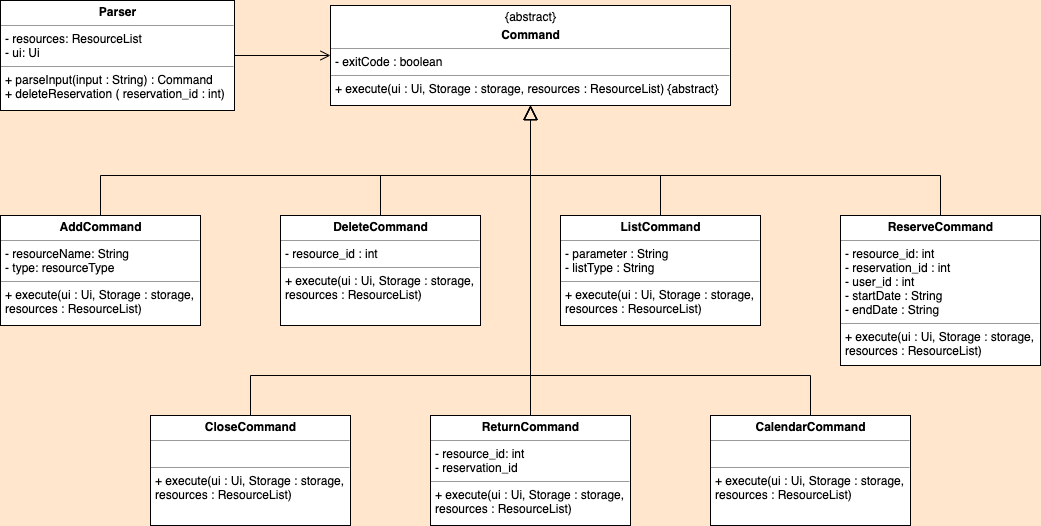
Before: docs/images/DeveloperGuide/LogicClassDiagram.png, a diagram exported from draw.io (nusCS2113-AY1920S1/PersonalAssistant-Duke). Source tidied: cells renumbered, new cells last; positions are measured from the earlier drawing's top-left corner, leaving out a move shared by most shapes. The source it was exported from:
```xml
<mxGraphModel background="#FFE6CC">
  <root>
    <mxCell id="0" />
    <mxCell id="1" parent="0" />
    <mxCell id="2" value="&lt;p style=&quot;margin: 0px ; margin-top: 4px ; text-align: center&quot;&gt;{abstract}&lt;/p&gt;&lt;p style=&quot;margin: 0px ; margin-top: 4px ; text-align: center&quot;&gt;&lt;b&gt;Command&lt;/b&gt;&lt;/p&gt;&lt;hr size=&quot;1&quot;&gt;&lt;p style=&quot;margin: 0px ; margin-left: 4px&quot;&gt;- exitCode : boolean&lt;/p&gt;&lt;hr size=&quot;1&quot;&gt;&lt;p style=&quot;margin: 0px ; margin-left: 4px&quot;&gt;+ execute(ui : Ui, Storage : storage, resources : ResourceList) {abstract}&lt;br&gt;&lt;/p&gt;" style="verticalAlign=top;align=left;overflow=fill;fontSize=12;fontFamily=Helvetica;html=1;rounded=0;shadow=0;comic=0;labelBackgroundColor=none;strokeColor=#000000;strokeWidth=1;fillColor=#ffffff;" parent="1" vertex="1">
      <mxGeometry x="330" y="5" width="400" height="100" as="geometry" />
    </mxCell>
    <mxCell id="3" style="edgeStyle=orthogonalEdgeStyle;rounded=0;jettySize=auto;html=1;exitX=1;exitY=0.5;exitDx=0;exitDy=0;entryX=0;entryY=0.5;entryDx=0;entryDy=0;endArrow=open;endFill=0;endSize=8;" parent="1" edge="1" source="4" target="2">
      <mxGeometry relative="1" as="geometry" />
    </mxCell>
    <mxCell id="4" value="&lt;p style=&quot;margin: 0px ; margin-top: 4px ; text-align: center&quot;&gt;&lt;b&gt;Parser&lt;/b&gt;&lt;/p&gt;&lt;hr size=&quot;1&quot;&gt;&lt;p style=&quot;margin: 0px ; margin-left: 4px&quot;&gt;- resources: ResourceList&lt;br&gt;&lt;/p&gt;&lt;p style=&quot;margin: 0px ; margin-left: 4px&quot;&gt;- ui: Ui&lt;/p&gt;&lt;hr size=&quot;1&quot;&gt;&lt;p style=&quot;margin: 0px ; margin-left: 4px&quot;&gt;+ parseInput(input : String) : Command&lt;br&gt;+ deleteReservation ( reservation_id : int)&lt;/p&gt;" style="verticalAlign=top;align=left;overflow=fill;fontSize=12;fontFamily=Helvetica;html=1;rounded=0;shadow=0;comic=0;labelBackgroundColor=none;strokeColor=#000000;strokeWidth=1;fillColor=#ffffff;" parent="1" vertex="1">
      <mxGeometry width="234" height="110" as="geometry" />
    </mxCell>
    <mxCell id="5" style="edgeStyle=orthogonalEdgeStyle;rounded=0;jettySize=auto;html=1;exitX=0.5;exitY=0;exitDx=0;exitDy=0;endArrow=block;endFill=0;endSize=12;entryX=0.5;entryY=1;entryDx=0;entryDy=0;" parent="1" edge="1" source="6" target="2">
      <mxGeometry relative="1" as="geometry">
        <Array as="points">
          <mxPoint x="100" y="175" />
          <mxPoint x="530" y="175" />
        </Array>
      </mxGeometry>
    </mxCell>
    <mxCell id="6" value="&lt;p style=&quot;margin: 0px ; margin-top: 4px ; text-align: center&quot;&gt;&lt;b&gt;AddCommand&lt;/b&gt;&lt;/p&gt;&lt;hr size=&quot;1&quot;&gt;&lt;p style=&quot;margin: 0px ; margin-left: 4px&quot;&gt;- resourceName: String&lt;br&gt;&lt;/p&gt;&lt;p style=&quot;margin: 0px ; margin-left: 4px&quot;&gt;- type: resourceType&lt;/p&gt;&lt;hr size=&quot;1&quot;&gt;&lt;p style=&quot;margin: 0px ; margin-left: 4px&quot;&gt;+ execute(ui : Ui, Storage : storage,&amp;nbsp;&lt;/p&gt;&lt;p style=&quot;margin: 0px ; margin-left: 4px&quot;&gt;resources : ResourceList)&lt;br&gt;&lt;/p&gt;" style="verticalAlign=top;align=left;overflow=fill;fontSize=12;fontFamily=Helvetica;html=1;rounded=0;shadow=0;comic=0;labelBackgroundColor=none;strokeColor=#000000;strokeWidth=1;fillColor=#ffffff;" parent="1" vertex="1">
      <mxGeometry y="215" width="200" height="110" as="geometry" />
    </mxCell>
    <mxCell id="7" style="edgeStyle=orthogonalEdgeStyle;rounded=0;jettySize=auto;html=1;exitX=0.5;exitY=0;exitDx=0;exitDy=0;entryX=0.5;entryY=1;entryDx=0;entryDy=0;endArrow=block;endFill=0;endSize=12;" parent="1" edge="1" source="8" target="2">
      <mxGeometry relative="1" as="geometry">
        <Array as="points">
          <mxPoint x="380" y="175" />
          <mxPoint x="530" y="175" />
        </Array>
      </mxGeometry>
    </mxCell>
    <mxCell id="8" value="&lt;p style=&quot;margin: 0px ; margin-top: 4px ; text-align: center&quot;&gt;&lt;b&gt;DeleteCommand&lt;/b&gt;&lt;/p&gt;&lt;hr size=&quot;1&quot;&gt;&lt;p style=&quot;margin: 0px ; margin-left: 4px&quot;&gt;- resource_id : int&lt;br&gt;&lt;/p&gt;&lt;hr size=&quot;1&quot;&gt;&lt;p style=&quot;margin: 0px ; margin-left: 4px&quot;&gt;+ execute(ui : Ui, Storage : storage,&amp;nbsp;&lt;/p&gt;&lt;p style=&quot;margin: 0px ; margin-left: 4px&quot;&gt;resources : ResourceList)&lt;br&gt;&lt;/p&gt;" style="verticalAlign=top;align=left;overflow=fill;fontSize=12;fontFamily=Helvetica;html=1;rounded=0;shadow=0;comic=0;labelBackgroundColor=none;strokeColor=#000000;strokeWidth=1;fillColor=#ffffff;" parent="1" vertex="1">
      <mxGeometry x="280" y="215" width="200" height="110" as="geometry" />
    </mxCell>
    <mxCell id="9" style="edgeStyle=orthogonalEdgeStyle;rounded=0;jettySize=auto;html=1;exitX=0.5;exitY=0;exitDx=0;exitDy=0;entryX=0.5;entryY=1;entryDx=0;entryDy=0;endArrow=block;endFill=0;endSize=12;" parent="1" edge="1" source="10" target="2">
      <mxGeometry relative="1" as="geometry">
        <Array as="points">
          <mxPoint x="660" y="175" />
          <mxPoint x="530" y="175" />
        </Array>
      </mxGeometry>
    </mxCell>
    <mxCell id="10" value="&lt;p style=&quot;margin: 0px ; margin-top: 4px ; text-align: center&quot;&gt;&lt;b&gt;ListCommand&lt;/b&gt;&lt;/p&gt;&lt;hr size=&quot;1&quot;&gt;&lt;p style=&quot;margin: 0px ; margin-left: 4px&quot;&gt;- parameter : String&lt;/p&gt;&lt;p style=&quot;margin: 0px ; margin-left: 4px&quot;&gt;- listType : String&lt;/p&gt;&lt;hr size=&quot;1&quot;&gt;&lt;p style=&quot;margin: 0px ; margin-left: 4px&quot;&gt;+ execute(ui : Ui, Storage : storage,&amp;nbsp;&lt;/p&gt;&lt;p style=&quot;margin: 0px ; margin-left: 4px&quot;&gt;resources : ResourceList)&lt;br&gt;&lt;/p&gt;" style="verticalAlign=top;align=left;overflow=fill;fontSize=12;fontFamily=Helvetica;html=1;rounded=0;shadow=0;comic=0;labelBackgroundColor=none;strokeColor=#000000;strokeWidth=1;fillColor=#ffffff;" parent="1" vertex="1">
      <mxGeometry x="560" y="215" width="200" height="110" as="geometry" />
    </mxCell>
    <mxCell id="11" style="edgeStyle=orthogonalEdgeStyle;rounded=0;jettySize=auto;html=1;exitX=0.5;exitY=0;exitDx=0;exitDy=0;entryX=0.5;entryY=1;entryDx=0;entryDy=0;endArrow=block;endFill=0;endSize=12;" parent="1" edge="1" source="12" target="2">
      <mxGeometry relative="1" as="geometry">
        <Array as="points">
          <mxPoint x="940" y="175" />
          <mxPoint x="530" y="175" />
        </Array>
      </mxGeometry>
    </mxCell>
    <mxCell id="12" value="&lt;p style=&quot;margin: 0px ; margin-top: 4px ; text-align: center&quot;&gt;&lt;b&gt;ReserveCommand&lt;/b&gt;&lt;/p&gt;&lt;hr size=&quot;1&quot;&gt;&lt;p style=&quot;margin: 0px ; margin-left: 4px&quot;&gt;- resource_id: int&lt;/p&gt;&lt;p style=&quot;margin: 0px ; margin-left: 4px&quot;&gt;- reservation_id : int&lt;/p&gt;&lt;p style=&quot;margin: 0px ; margin-left: 4px&quot;&gt;- user_id : int&lt;/p&gt;&lt;p style=&quot;margin: 0px ; margin-left: 4px&quot;&gt;- startDate : String&lt;/p&gt;&lt;p style=&quot;margin: 0px ; margin-left: 4px&quot;&gt;- endDate : String&lt;/p&gt;&lt;hr size=&quot;1&quot;&gt;&lt;p style=&quot;margin: 0px ; margin-left: 4px&quot;&gt;+ execute(ui : Ui, Storage : storage,&amp;nbsp;&lt;/p&gt;&lt;p style=&quot;margin: 0px ; margin-left: 4px&quot;&gt;resources : ResourceList)&lt;br&gt;&lt;/p&gt;" style="verticalAlign=top;align=left;overflow=fill;fontSize=12;fontFamily=Helvetica;html=1;rounded=0;shadow=0;comic=0;labelBackgroundColor=none;strokeColor=#000000;strokeWidth=1;fillColor=#ffffff;" parent="1" vertex="1">
      <mxGeometry x="840" y="215" width="200" height="150" as="geometry" />
    </mxCell>
    <mxCell id="13" value="&lt;p style=&quot;margin: 0px ; margin-top: 4px ; text-align: center&quot;&gt;&lt;b&gt;ReturnCommand&lt;/b&gt;&lt;/p&gt;&lt;hr size=&quot;1&quot;&gt;&lt;p style=&quot;margin: 0px ; margin-left: 4px&quot;&gt;- resource_id: int&lt;/p&gt;&lt;p style=&quot;margin: 0px ; margin-left: 4px&quot;&gt;- reservation_id&lt;/p&gt;&lt;hr size=&quot;1&quot;&gt;&lt;p style=&quot;margin: 0px ; margin-left: 4px&quot;&gt;+ execute(ui : Ui, Storage : storage,&amp;nbsp;&lt;/p&gt;&lt;p style=&quot;margin: 0px ; margin-left: 4px&quot;&gt;resources : ResourceList)&lt;br&gt;&lt;/p&gt;" style="verticalAlign=top;align=left;overflow=fill;fontSize=12;fontFamily=Helvetica;html=1;rounded=0;shadow=0;comic=0;labelBackgroundColor=none;strokeColor=#000000;strokeWidth=1;fillColor=#ffffff;" parent="1" vertex="1">
      <mxGeometry x="430" y="415" width="200" height="110" as="geometry" />
    </mxCell>
    <mxCell id="14" style="edgeStyle=orthogonalEdgeStyle;rounded=0;jettySize=auto;html=1;exitX=0.5;exitY=0;exitDx=0;exitDy=0;entryX=0.5;entryY=1;entryDx=0;entryDy=0;endArrow=block;endFill=0;endSize=12;" parent="1" edge="1" source="15" target="2">
      <mxGeometry relative="1" as="geometry">
        <Array as="points">
          <mxPoint x="250" y="375" />
          <mxPoint x="530" y="375" />
        </Array>
      </mxGeometry>
    </mxCell>
    <mxCell id="15" value="&lt;p style=&quot;margin: 0px ; margin-top: 4px ; text-align: center&quot;&gt;&lt;b&gt;CloseCommand&lt;/b&gt;&lt;/p&gt;&lt;hr size=&quot;1&quot;&gt;&lt;p style=&quot;margin: 0px ; margin-left: 4px&quot;&gt;&lt;br&gt;&lt;/p&gt;&lt;hr size=&quot;1&quot;&gt;&lt;p style=&quot;margin: 0px ; margin-left: 4px&quot;&gt;+ execute(ui : Ui, Storage : storage,&amp;nbsp;&lt;/p&gt;&lt;p style=&quot;margin: 0px ; margin-left: 4px&quot;&gt;resources : ResourceList)&lt;br&gt;&lt;/p&gt;" style="verticalAlign=top;align=left;overflow=fill;fontSize=12;fontFamily=Helvetica;html=1;rounded=0;shadow=0;comic=0;labelBackgroundColor=none;strokeColor=#000000;strokeWidth=1;fillColor=#ffffff;" parent="1" vertex="1">
      <mxGeometry x="150" y="415" width="200" height="110" as="geometry" />
    </mxCell>
    <mxCell id="16" style="edgeStyle=orthogonalEdgeStyle;rounded=0;jettySize=auto;html=1;exitX=0.5;exitY=0;exitDx=0;exitDy=0;entryX=0.5;entryY=1;entryDx=0;entryDy=0;endArrow=block;endFill=0;endSize=12;" parent="1" edge="1" source="17" target="2">
      <mxGeometry relative="1" as="geometry">
        <Array as="points">
          <mxPoint x="810" y="375" />
          <mxPoint x="530" y="375" />
        </Array>
      </mxGeometry>
    </mxCell>
    <mxCell id="17" value="&lt;p style=&quot;margin: 0px ; margin-top: 4px ; text-align: center&quot;&gt;&lt;b&gt;CalendarCommand&lt;/b&gt;&lt;/p&gt;&lt;hr size=&quot;1&quot;&gt;&lt;p style=&quot;margin: 0px ; margin-left: 4px&quot;&gt;&lt;br&gt;&lt;/p&gt;&lt;hr size=&quot;1&quot;&gt;&lt;p style=&quot;margin: 0px ; margin-left: 4px&quot;&gt;+ execute(ui : Ui, Storage : storage,&amp;nbsp;&lt;/p&gt;&lt;p style=&quot;margin: 0px ; margin-left: 4px&quot;&gt;resources : ResourceList)&lt;br&gt;&lt;/p&gt;" style="verticalAlign=top;align=left;overflow=fill;fontSize=12;fontFamily=Helvetica;html=1;rounded=0;shadow=0;comic=0;labelBackgroundColor=none;strokeColor=#000000;strokeWidth=1;fillColor=#ffffff;" parent="1" vertex="1">
      <mxGeometry x="710" y="415" width="200" height="110" as="geometry" />
    </mxCell>
    <mxCell id="18" style="html=1;verticalAlign=bottom;endArrow=block;edgeStyle=orthogonalEdgeStyle;rounded=0;endFill=0;endSize=12;exitX=0.5;exitY=0;exitDx=0;exitDy=0;entryX=0.5;entryY=1;entryDx=0;entryDy=0;" parent="1" edge="1" source="13" target="2">
      <mxGeometry relative="1" as="geometry" />
    </mxCell>
  </root>
</mxGraphModel>
```
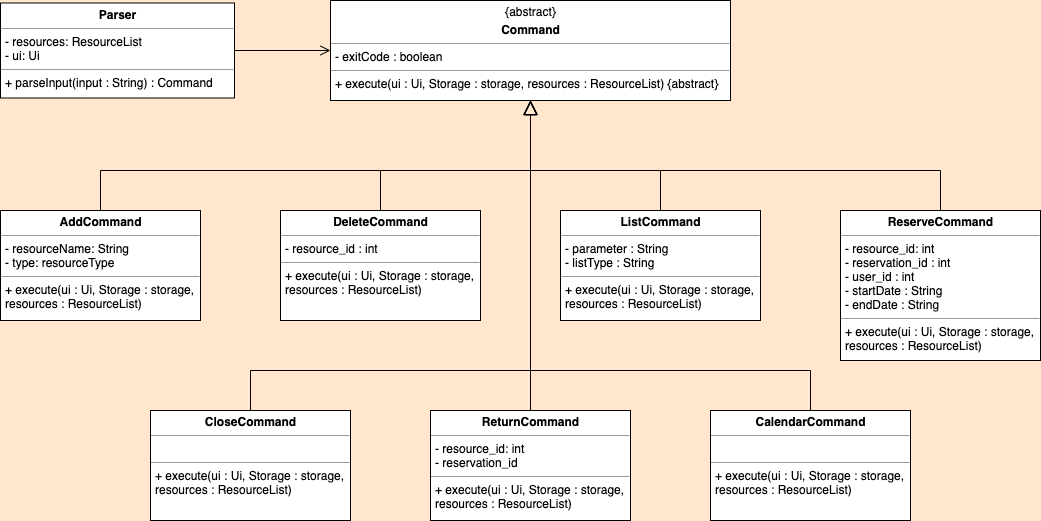
The same diagram one commit later.

Commit message:
Added updated class diagrams for Developer Guide

What changed in the source:
```diff
@@ -8,8 +8,8 @@
     <mxCell id="3" style="edgeStyle=orthogonalEdgeStyle;rounded=0;jettySize=auto;html=1;exitX=1;exitY=0.5;exitDx=0;exitDy=0;entryX=0;entryY=0.5;entryDx=0;entryDy=0;endArrow=open;endFill=0;endSize=8;" parent="1" edge="1" source="4" target="2">
       <mxGeometry relative="1" as="geometry" />
     </mxCell>
-    <mxCell id="4" value="&lt;p style=&quot;margin: 0px ; margin-top: 4px ; text-align: center&quot;&gt;&lt;b&gt;Parser&lt;/b&gt;&lt;/p&gt;&lt;hr size=&quot;1&quot;&gt;&lt;p style=&quot;margin: 0px ; margin-left: 4px&quot;&gt;- resources: ResourceList&lt;br&gt;&lt;/p&gt;&lt;p style=&quot;margin: 0px ; margin-left: 4px&quot;&gt;- ui: Ui&lt;/p&gt;&lt;hr size=&quot;1&quot;&gt;&lt;p style=&quot;margin: 0px ; margin-left: 4px&quot;&gt;+ parseInput(input : String) : Command&lt;br&gt;+ deleteReservation ( reservation_id : int)&lt;/p&gt;" style="verticalAlign=top;align=left;overflow=fill;fontSize=12;fontFamily=Helvetica;html=1;rounded=0;shadow=0;comic=0;labelBackgroundColor=none;strokeColor=#000000;strokeWidth=1;fillColor=#ffffff;" parent="1" vertex="1">
-      <mxGeometry width="234" height="110" as="geometry" />
+    <mxCell id="4" value="&lt;p style=&quot;margin: 0px ; margin-top: 4px ; text-align: center&quot;&gt;&lt;b&gt;Parser&lt;/b&gt;&lt;/p&gt;&lt;hr size=&quot;1&quot;&gt;&lt;p style=&quot;margin: 0px ; margin-left: 4px&quot;&gt;- resources: ResourceList&lt;br&gt;&lt;/p&gt;&lt;p style=&quot;margin: 0px ; margin-left: 4px&quot;&gt;- ui: Ui&lt;/p&gt;&lt;hr size=&quot;1&quot;&gt;&lt;p style=&quot;margin: 0px ; margin-left: 4px&quot;&gt;+ parseInput(input : String) : Command&lt;br&gt;&lt;/p&gt;" style="verticalAlign=top;align=left;overflow=fill;fontSize=12;fontFamily=Helvetica;html=1;rounded=0;shadow=0;comic=0;labelBackgroundColor=none;strokeColor=#000000;strokeWidth=1;fillColor=#ffffff;" parent="1" vertex="1">
+      <mxGeometry y="7.5" width="234" height="95" as="geometry" />
     </mxCell>
     <mxCell id="5" style="edgeStyle=orthogonalEdgeStyle;rounded=0;jettySize=auto;html=1;exitX=0.5;exitY=0;exitDx=0;exitDy=0;endArrow=block;endFill=0;endSize=12;entryX=0.5;entryY=1;entryDx=0;entryDy=0;" parent="1" edge="1" source="6" target="2">
       <mxGeometry relative="1" as="geometry">
```
